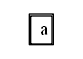
Before: build/classes/Imagenes/Cola0.png, a diagram exported from Graphviz (oscarc99/EDD_DIC_2019_PY2_201709140-). Its source is kept beside it as build/classes/Imagenes/Cola0.dot.
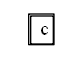
Later version of the same file.

The edit, as a diff of the source:
```diff
@@ -1,6 +1,6 @@
 digraph G {
   node [shape = name];
   2[label=  <<table border= "1 " cellspacing= " 0 "><tr>
-<td> a</td> </tr>
+<td> c</td> </tr>
 </table>>  shape = none ];
  }
```
